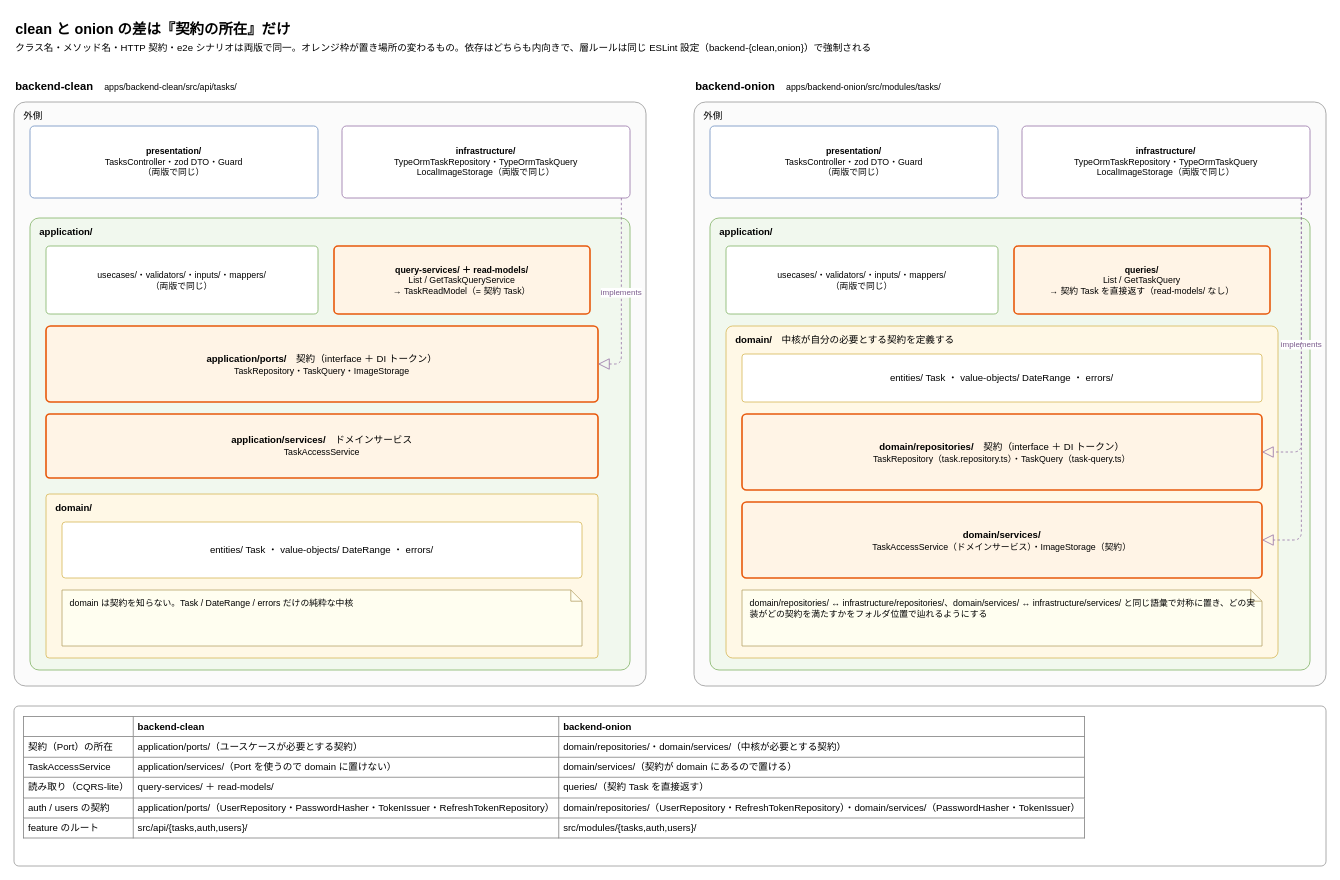
kojikawazu/nuxtjs-nestjs-arch-practice keeps this draw.io diagram as page "5. clean vs onion" (5 of 6) of docs/diagrams/backend-clean.drawio. Above is the earlier version. Source tidied: cells renumbered, new cells numbered last; positions are measured from the earlier drawing's top-left corner, leaving out a move shared by most shapes. Both pictures are drawn from the tidied source at 80%, with x=0, y=0 at pixel (14, 14).
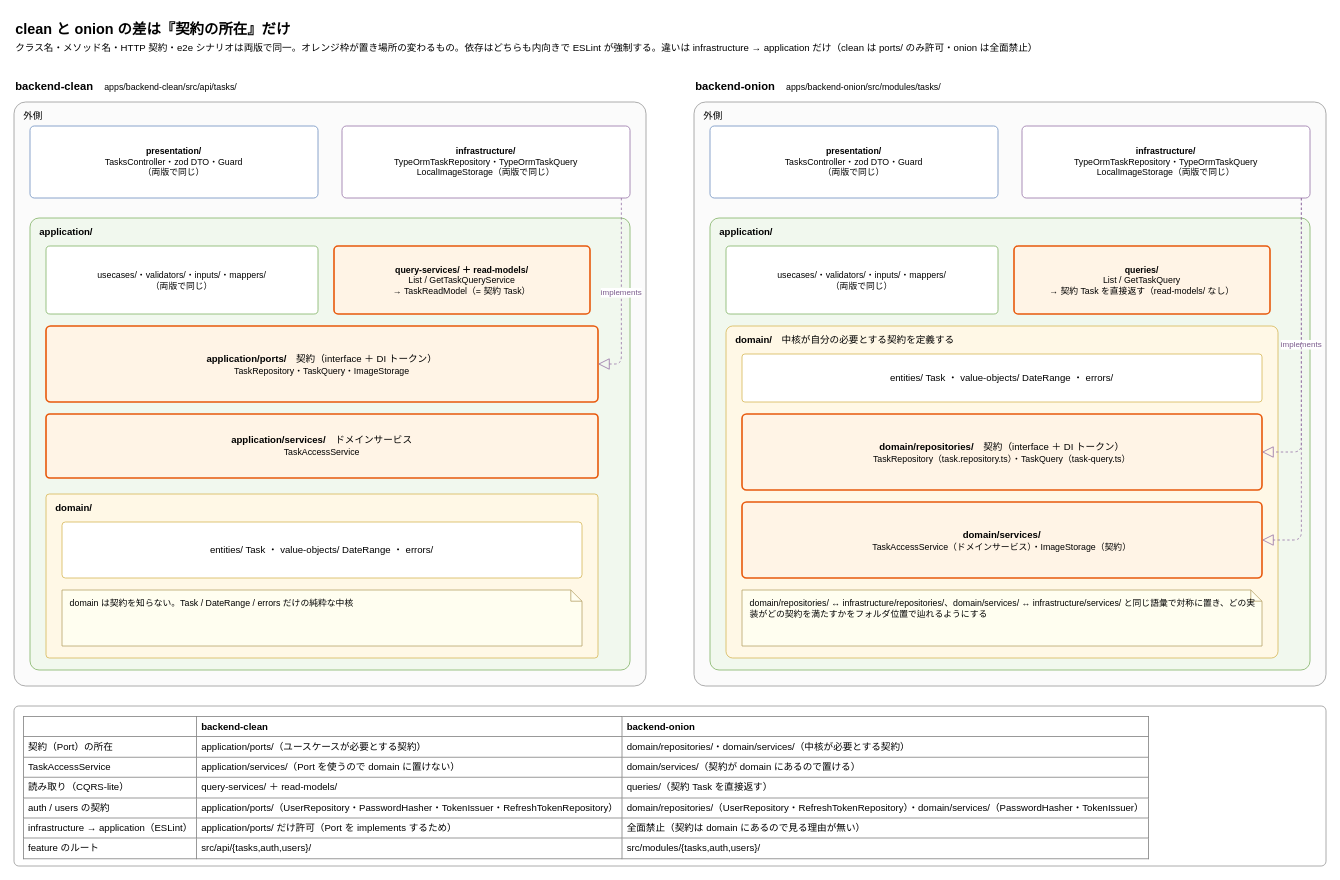
The same page after the edit.

Commit message (it also covers changes not shown here):
chore(lint): infrastructure → application の import をアーキごとに絞る

The edit, as a diff of the source:
```diff
@@
-    <mxCell id="2" value="&lt;b&gt;clean と onion の差は『契約の所在』だけ&lt;/b&gt;&lt;br&gt;&lt;font style=&quot;font-size: 12px;&quot;&gt;クラス名・メソッド名・HTTP 契約・e2e シナリオは両版で同一。オレンジ枠が置き場所の変わるもの。依存はどちらも内向きで、層ルールは同じ ESLint 設定（backend-{clean,onion}）で強制される&lt;/font&gt;" style="text;html=1;align=left;verticalAlign=middle;whiteSpace=wrap;fontSize=18;" parent="1" vertex="1">
+    <mxCell id="2" value="&lt;b&gt;clean と onion の差は『契約の所在』だけ&lt;/b&gt;&lt;br&gt;&lt;font style=&quot;font-size: 12px;&quot;&gt;クラス名・メソッド名・HTTP 契約・e2e シナリオは両版で同一。オレンジ枠が置き場所の変わるもの。依存はどちらも内向きで ESLint が強制する。違いは infrastructure → application だけ（clean は ports/ のみ許可・onion は全面禁止）&lt;/font&gt;" style="text;html=1;align=left;verticalAlign=middle;whiteSpace=wrap;fontSize=18;" parent="1" vertex="1">
       <mxGeometry width="1640" height="60" as="geometry" />
     </mxCell>
@@
-    <mxCell id="30" value="&lt;table style=&quot;font-size: 12px; border-collapse: collapse; width: 100%;&quot; border=&quot;1&quot; cellpadding=&quot;5&quot;&gt;&lt;tr&gt;&lt;th&gt;&lt;/th&gt;&lt;th&gt;backend-clean&lt;/th&gt;&lt;th&gt;backend-onion&lt;/th&gt;&lt;/tr&gt;&lt;tr&gt;&lt;td&gt;契約（Port）の所在&lt;/td&gt;&lt;td&gt;application/ports/（ユースケースが必要とする契約）&lt;/td&gt;&lt;td&gt;domain/repositories/・domain/services/（中核が必要とする契約）&lt;/td&gt;&lt;/tr&gt;&lt;tr&gt;&lt;td&gt;TaskAccessService&lt;/td&gt;&lt;td&gt;application/services/（Port を使うので domain に置けない）&lt;/td&gt;&lt;td&gt;domain/services/（契約が domain にあるので置ける）&lt;/td&gt;&lt;/tr&gt;&lt;tr&gt;&lt;td&gt;読み取り（CQRS-lite）&lt;/td&gt;&lt;td&gt;query-services/ ＋ read-models/&lt;/td&gt;&lt;td&gt;queries/（契約 Task を直接返す）&lt;/td&gt;&lt;/tr&gt;&lt;tr&gt;&lt;td&gt;auth / users の契約&lt;/td&gt;&lt;td&gt;application/ports/（UserRepository・PasswordHasher・TokenIssuer・RefreshTokenRepository）&lt;/td&gt;&lt;td&gt;domain/repositories/（UserRepository・RefreshTokenRepository）・domain/services/（PasswordHasher・TokenIssuer）&lt;/td&gt;&lt;/tr&gt;&lt;tr&gt;&lt;td&gt;feature のルート&lt;/td&gt;&lt;td&gt;src/api/{tasks,auth,users}/&lt;/td&gt;&lt;td&gt;src/modules/{tasks,auth,users}/&lt;/td&gt;&lt;/tr&gt;&lt;/table&gt;" style="rounded=1;whiteSpace=wrap;html=1;fillColor=#ffffff;strokeColor=#999999;align=left;verticalAlign=top;spacingLeft=10;spacingTop=6;spacingRight=8;fontSize=12;arcSize=3;" parent="1" vertex="1">
+    <mxCell id="30" value="&lt;table style=&quot;font-size: 12px; border-collapse: collapse; width: 100%;&quot; border=&quot;1&quot; cellpadding=&quot;5&quot;&gt;&lt;tr&gt;&lt;th&gt;&lt;/th&gt;&lt;th&gt;backend-clean&lt;/th&gt;&lt;th&gt;backend-onion&lt;/th&gt;&lt;/tr&gt;&lt;tr&gt;&lt;td&gt;契約（Port）の所在&lt;/td&gt;&lt;td&gt;application/ports/（ユースケースが必要とする契約）&lt;/td&gt;&lt;td&gt;domain/repositories/・domain/services/（中核が必要とする契約）&lt;/td&gt;&lt;/tr&gt;&lt;tr&gt;&lt;td&gt;TaskAccessService&lt;/td&gt;&lt;td&gt;application/services/（Port を使うので domain に置けない）&lt;/td&gt;&lt;td&gt;domain/services/（契約が domain にあるので置ける）&lt;/td&gt;&lt;/tr&gt;&lt;tr&gt;&lt;td&gt;読み取り（CQRS-lite）&lt;/td&gt;&lt;td&gt;query-services/ ＋ read-models/&lt;/td&gt;&lt;td&gt;queries/（契約 Task を直接返す）&lt;/td&gt;&lt;/tr&gt;&lt;tr&gt;&lt;td&gt;auth / users の契約&lt;/td&gt;&lt;td&gt;application/ports/（UserRepository・PasswordHasher・TokenIssuer・RefreshTokenRepository）&lt;/td&gt;&lt;td&gt;domain/repositories/（UserRepository・RefreshTokenRepository）・domain/services/（PasswordHasher・TokenIssuer）&lt;/td&gt;&lt;/tr&gt;&lt;tr&gt;&lt;td&gt;infrastructure → application（ESLint）&lt;/td&gt;&lt;td&gt;application/ports/ だけ許可（Port を implements するため）&lt;/td&gt;&lt;td&gt;全面禁止（契約は domain にあるので見る理由が無い）&lt;/td&gt;&lt;/tr&gt;&lt;tr&gt;&lt;td&gt;feature のルート&lt;/td&gt;&lt;td&gt;src/api/{tasks,auth,users}/&lt;/td&gt;&lt;td&gt;src/modules/{tasks,auth,users}/&lt;/td&gt;&lt;/tr&gt;&lt;/table&gt;" style="rounded=1;whiteSpace=wrap;html=1;fillColor=#ffffff;strokeColor=#999999;align=left;verticalAlign=top;spacingLeft=10;spacingTop=6;spacingRight=8;fontSize=12;arcSize=3;" parent="1" vertex="1">
       <mxGeometry y="865" width="1640" height="200" as="geometry" />
     </mxCell>
```
